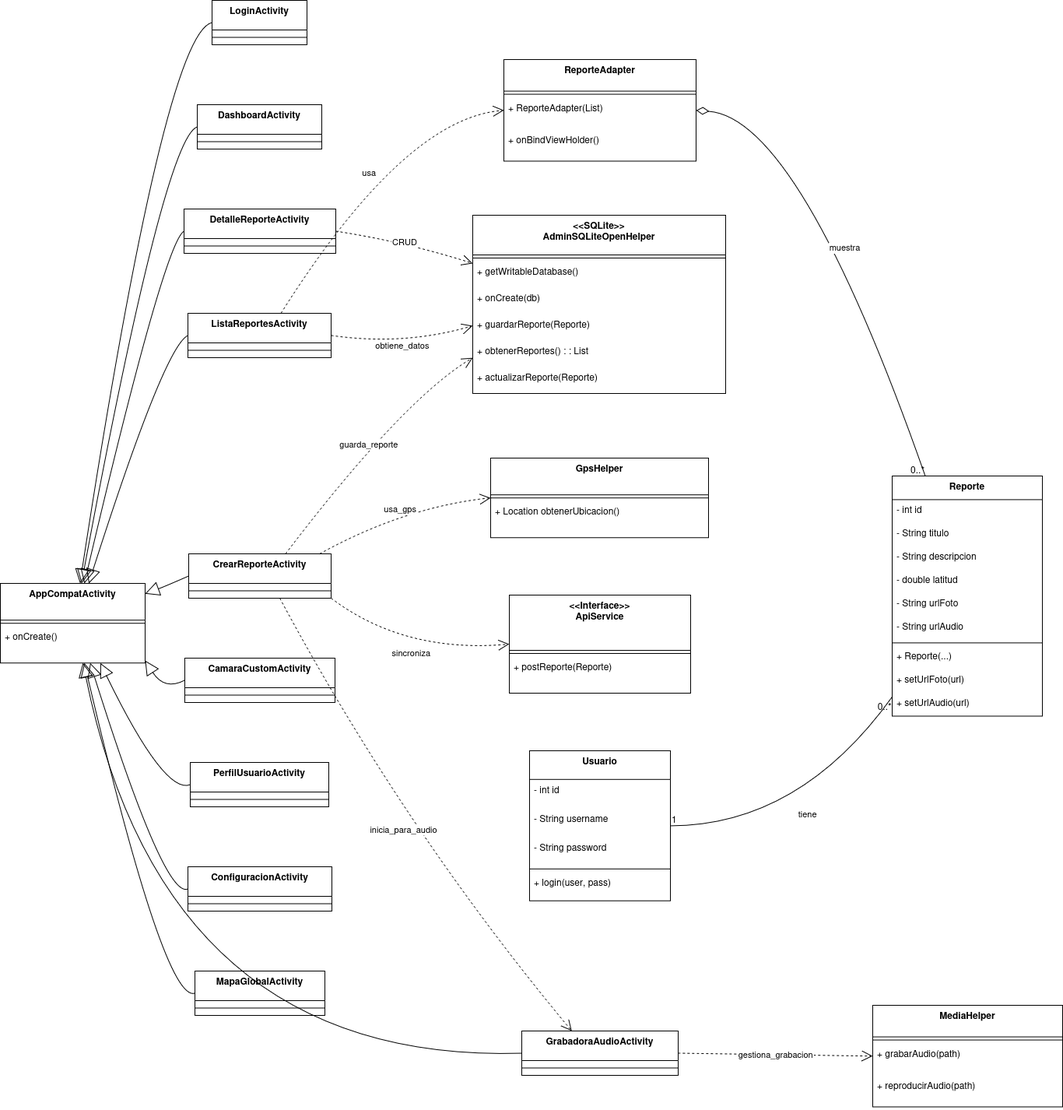
Earlier version of the draw.io export Diagrama Clases Android 3 Final.drawio.png (Matias-Ignacio-Andres-Aravena-Aravena/Aplicacion-PlayStore-Firebase). Source tidied: cells renumbered, new cells last; positions are measured from the earlier drawing's top-left corner, leaving out a move shared by most shapes.
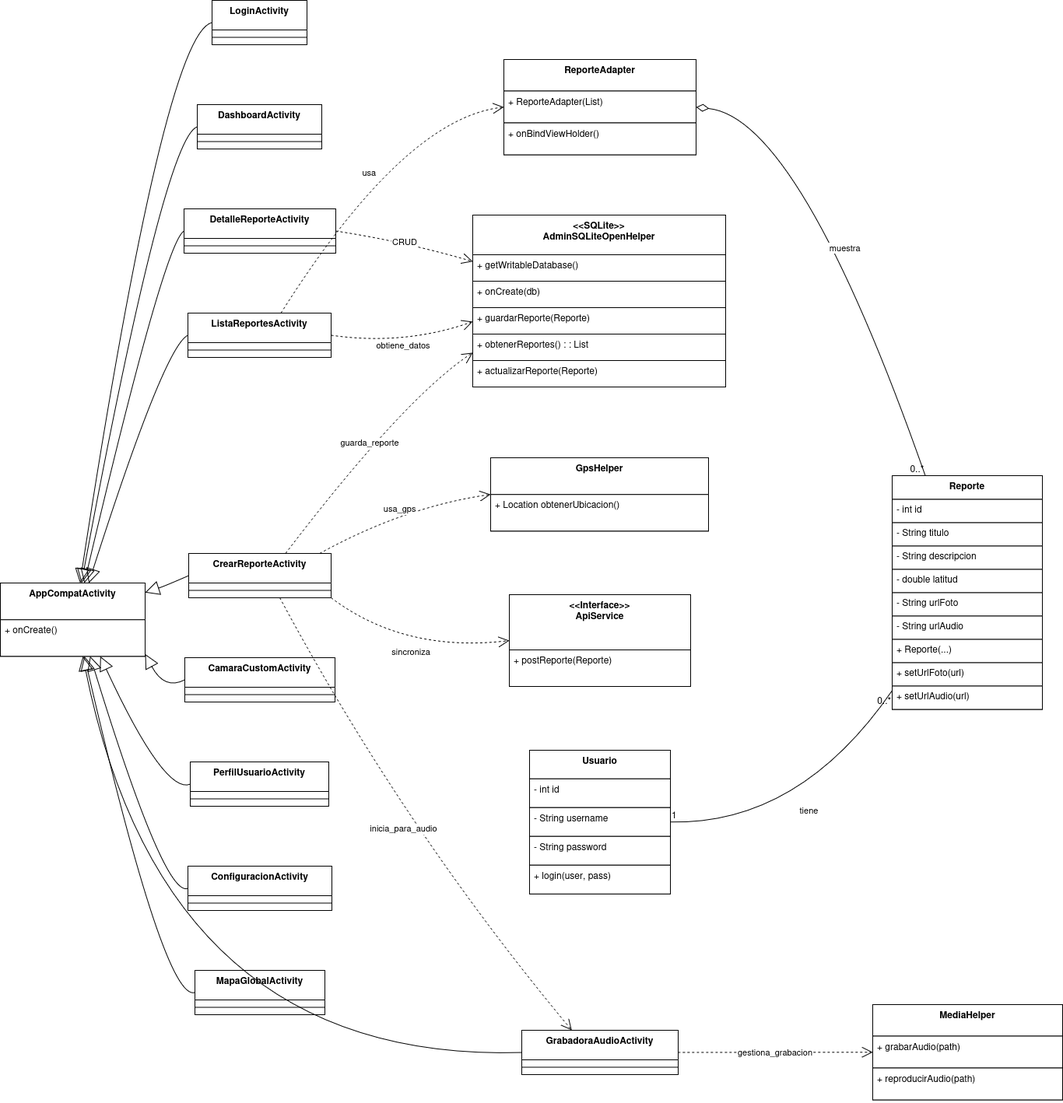
After the change.

Commit message:
Añadiendole Fondo de color blanco al diagrama

Diff of the diagram source:
```diff
@@ -3,127 +3,103 @@
     <mxCell id="0" />
     <mxCell id="1" parent="0" />
     <mxCell id="2" value="Usuario" style="swimlane;fontStyle=1;align=center;verticalAlign=top;horizontal=1;startSize=36.8;" parent="1" vertex="1">
-      <mxGeometry x="680" y="964" width="181" height="192.8" as="geometry" />
+      <mxGeometry x="680" y="964" width="181" height="184.8" as="geometry" />
     </mxCell>
-    <mxCell id="3" value="- int id" style="text;strokeColor=none;fillColor=none;align=left;verticalAlign=top;spacingLeft=4;spacingRight=4;overflow=hidden;" parent="2" vertex="1">
+    <mxCell id="3" value="- int id" style="text;strokeColor=default;fillColor=default;align=left;verticalAlign=top;spacingLeft=4;spacingRight=4;overflow=hidden;" parent="2" vertex="1">
       <mxGeometry y="36.8" width="181" height="37" as="geometry" />
     </mxCell>
-    <mxCell id="4" value="- String username" style="text;strokeColor=none;fillColor=none;align=left;verticalAlign=top;spacingLeft=4;spacingRight=4;overflow=hidden;" parent="2" vertex="1">
+    <mxCell id="4" value="- String username" style="text;strokeColor=default;fillColor=default;align=left;verticalAlign=top;spacingLeft=4;spacingRight=4;overflow=hidden;" parent="2" vertex="1">
       <mxGeometry y="73.8" width="181" height="37" as="geometry" />
     </mxCell>
-    <mxCell id="5" value="- String password" style="text;strokeColor=none;fillColor=none;align=left;verticalAlign=top;spacingLeft=4;spacingRight=4;overflow=hidden;" parent="2" vertex="1">
+    <mxCell id="5" value="- String password" style="text;strokeColor=default;fillColor=default;align=left;verticalAlign=top;spacingLeft=4;spacingRight=4;overflow=hidden;" parent="2" vertex="1">
       <mxGeometry y="110.8" width="181" height="37" as="geometry" />
     </mxCell>
-    <mxCell id="6" style="line;strokeWidth=1;fillColor=none;align=left;verticalAlign=middle;spacingTop=-1;spacingLeft=3;spacingRight=3;labelPosition=right;strokeColor=inherit;" parent="2" vertex="1">
-      <mxGeometry y="147.8" width="181" height="8" as="geometry" />
-    </mxCell>
-    <mxCell id="7" value="+ login(user, pass)" style="text;strokeColor=none;fillColor=none;align=left;verticalAlign=top;spacingLeft=4;spacingRight=4;overflow=hidden;" parent="2" vertex="1">
-      <mxGeometry y="155.8" width="181" height="37" as="geometry" />
+    <mxCell id="7" value="+ login(user, pass)" style="text;strokeColor=default;fillColor=default;align=left;verticalAlign=top;spacingLeft=4;spacingRight=4;overflow=hidden;" parent="2" vertex="1">
+      <mxGeometry y="147.8" width="181" height="37" as="geometry" />
     </mxCell>
     <mxCell id="8" value="Reporte" style="swimlane;fontStyle=1;align=center;verticalAlign=top;horizontal=1;startSize=30.4;" parent="1" vertex="1">
-      <mxGeometry x="1146" y="611" width="193" height="308.4" as="geometry" />
+      <mxGeometry x="1146" y="611" width="193" height="300.4" as="geometry" />
     </mxCell>
-    <mxCell id="9" value="- int id" style="text;strokeColor=none;fillColor=none;align=left;verticalAlign=top;spacingLeft=4;spacingRight=4;overflow=hidden;" parent="8" vertex="1">
+    <mxCell id="9" value="- int id" style="text;strokeColor=default;fillColor=default;align=left;verticalAlign=top;spacingLeft=4;spacingRight=4;overflow=hidden;" parent="8" vertex="1">
       <mxGeometry y="30.4" width="193" height="30" as="geometry" />
     </mxCell>
-    <mxCell id="10" value="- String titulo" style="text;strokeColor=none;fillColor=none;align=left;verticalAlign=top;spacingLeft=4;spacingRight=4;overflow=hidden;" parent="8" vertex="1">
+    <mxCell id="10" value="- String titulo" style="text;strokeColor=default;fillColor=default;align=left;verticalAlign=top;spacingLeft=4;spacingRight=4;overflow=hidden;" parent="8" vertex="1">
       <mxGeometry y="60.4" width="193" height="30" as="geometry" />
     </mxCell>
-    <mxCell id="11" value="- String descripcion" style="text;strokeColor=none;fillColor=none;align=left;verticalAlign=top;spacingLeft=4;spacingRight=4;overflow=hidden;" parent="8" vertex="1">
+    <mxCell id="11" value="- String descripcion" style="text;strokeColor=default;fillColor=default;align=left;verticalAlign=top;spacingLeft=4;spacingRight=4;overflow=hidden;" parent="8" vertex="1">
       <mxGeometry y="90.4" width="193" height="30" as="geometry" />
     </mxCell>
-    <mxCell id="12" value="- double latitud" style="text;strokeColor=none;fillColor=none;align=left;verticalAlign=top;spacingLeft=4;spacingRight=4;overflow=hidden;" parent="8" vertex="1">
+    <mxCell id="12" value="- double latitud" style="text;strokeColor=default;fillColor=default;align=left;verticalAlign=top;spacingLeft=4;spacingRight=4;overflow=hidden;" parent="8" vertex="1">
       <mxGeometry y="120.4" width="193" height="30" as="geometry" />
     </mxCell>
-    <mxCell id="13" value="- String urlFoto" style="text;strokeColor=none;fillColor=none;align=left;verticalAlign=top;spacingLeft=4;spacingRight=4;overflow=hidden;" parent="8" vertex="1">
+    <mxCell id="13" value="- String urlFoto" style="text;strokeColor=default;fillColor=default;align=left;verticalAlign=top;spacingLeft=4;spacingRight=4;overflow=hidden;" parent="8" vertex="1">
       <mxGeometry y="150.4" width="193" height="30" as="geometry" />
     </mxCell>
-    <mxCell id="14" value="- String urlAudio" style="text;strokeColor=none;fillColor=none;align=left;verticalAlign=top;spacingLeft=4;spacingRight=4;overflow=hidden;" parent="8" vertex="1">
+    <mxCell id="14" value="- String urlAudio" style="text;strokeColor=default;fillColor=default;align=left;verticalAlign=top;spacingLeft=4;spacingRight=4;overflow=hidden;" parent="8" vertex="1">
       <mxGeometry y="180.4" width="193" height="30" as="geometry" />
     </mxCell>
-    <mxCell id="15" style="line;strokeWidth=1;fillColor=none;align=left;verticalAlign=middle;spacingTop=-1;spacingLeft=3;spacingRight=3;labelPosition=right;strokeColor=inherit;" parent="8" vertex="1">
-      <mxGeometry y="210.4" width="193" height="8" as="geometry" />
-    </mxCell>
-    <mxCell id="16" value="+ Reporte(...)" style="text;strokeColor=none;fillColor=none;align=left;verticalAlign=top;spacingLeft=4;spacingRight=4;overflow=hidden;" parent="8" vertex="1">
-      <mxGeometry y="218.4" width="193" height="30" as="geometry" />
+    <mxCell id="16" value="+ Reporte(...)" style="text;strokeColor=default;fillColor=default;align=left;verticalAlign=top;spacingLeft=4;spacingRight=4;overflow=hidden;" parent="8" vertex="1">
+      <mxGeometry y="210.4" width="193" height="30" as="geometry" />
     </mxCell>
-    <mxCell id="17" value="+ setUrlFoto(url)" style="text;strokeColor=none;fillColor=none;align=left;verticalAlign=top;spacingLeft=4;spacingRight=4;overflow=hidden;" parent="8" vertex="1">
-      <mxGeometry y="248.4" width="193" height="30" as="geometry" />
+    <mxCell id="17" value="+ setUrlFoto(url)" style="text;strokeColor=default;fillColor=default;align=left;verticalAlign=top;spacingLeft=4;spacingRight=4;overflow=hidden;" parent="8" vertex="1">
+      <mxGeometry y="240.4" width="193" height="30" as="geometry" />
     </mxCell>
-    <mxCell id="18" value="+ setUrlAudio(url)" style="text;strokeColor=none;fillColor=none;align=left;verticalAlign=top;spacingLeft=4;spacingRight=4;overflow=hidden;" parent="8" vertex="1">
-      <mxGeometry y="278.4" width="193" height="30" as="geometry" />
+    <mxCell id="18" value="+ setUrlAudio(url)" style="text;strokeColor=default;fillColor=default;align=left;verticalAlign=top;spacingLeft=4;spacingRight=4;overflow=hidden;" parent="8" vertex="1">
+      <mxGeometry y="270.4" width="193" height="30" as="geometry" />
     </mxCell>
     <mxCell id="19" value="&lt;&lt;SQLite&gt;&gt;&#10;AdminSQLiteOpenHelper" style="swimlane;fontStyle=1;align=center;verticalAlign=top;horizontal=1;startSize=51;" parent="1" vertex="1">
-      <mxGeometry x="607" y="276" width="325" height="229" as="geometry" />
+      <mxGeometry x="607" y="276" width="325" height="221" as="geometry" />
     </mxCell>
-    <mxCell id="20" style="line;strokeWidth=1;fillColor=none;align=left;verticalAlign=middle;spacingTop=-1;spacingLeft=3;spacingRight=3;labelPosition=right;strokeColor=inherit;" parent="19" vertex="1">
-      <mxGeometry y="51" width="325" height="8" as="geometry" />
-    </mxCell>
-    <mxCell id="21" value="+ getWritableDatabase()" style="text;strokeColor=none;fillColor=none;align=left;verticalAlign=top;spacingLeft=4;spacingRight=4;overflow=hidden;" parent="19" vertex="1">
-      <mxGeometry y="59" width="325" height="34" as="geometry" />
+    <mxCell id="21" value="+ getWritableDatabase()" style="text;strokeColor=default;fillColor=default;align=left;verticalAlign=top;spacingLeft=4;spacingRight=4;overflow=hidden;" parent="19" vertex="1">
+      <mxGeometry y="51" width="325" height="34" as="geometry" />
     </mxCell>
-    <mxCell id="22" value="+ onCreate(db)" style="text;strokeColor=none;fillColor=none;align=left;verticalAlign=top;spacingLeft=4;spacingRight=4;overflow=hidden;" parent="19" vertex="1">
-      <mxGeometry y="93" width="325" height="34" as="geometry" />
+    <mxCell id="22" value="+ onCreate(db)" style="text;strokeColor=default;fillColor=default;align=left;verticalAlign=top;spacingLeft=4;spacingRight=4;overflow=hidden;" parent="19" vertex="1">
+      <mxGeometry y="85" width="325" height="34" as="geometry" />
     </mxCell>
-    <mxCell id="23" value="+ guardarReporte(Reporte)" style="text;strokeColor=none;fillColor=none;align=left;verticalAlign=top;spacingLeft=4;spacingRight=4;overflow=hidden;" parent="19" vertex="1">
-      <mxGeometry y="127" width="325" height="34" as="geometry" />
+    <mxCell id="23" value="+ guardarReporte(Reporte)" style="text;strokeColor=default;fillColor=default;align=left;verticalAlign=top;spacingLeft=4;spacingRight=4;overflow=hidden;" parent="19" vertex="1">
+      <mxGeometry y="119" width="325" height="34" as="geometry" />
     </mxCell>
-    <mxCell id="24" value="+ obtenerReportes() : : List" style="text;strokeColor=none;fillColor=none;align=left;verticalAlign=top;spacingLeft=4;spacingRight=4;overflow=hidden;" parent="19" vertex="1">
-      <mxGeometry y="161" width="325" height="34" as="geometry" />
+    <mxCell id="24" value="+ obtenerReportes() : : List" style="text;strokeColor=default;fillColor=default;align=left;verticalAlign=top;spacingLeft=4;spacingRight=4;overflow=hidden;" parent="19" vertex="1">
+      <mxGeometry y="153" width="325" height="34" as="geometry" />
     </mxCell>
-    <mxCell id="25" value="+ actualizarReporte(Reporte)" style="text;strokeColor=none;fillColor=none;align=left;verticalAlign=top;spacingLeft=4;spacingRight=4;overflow=hidden;" parent="19" vertex="1">
-      <mxGeometry y="195" width="325" height="34" as="geometry" />
+    <mxCell id="25" value="+ actualizarReporte(Reporte)" style="text;strokeColor=default;fillColor=default;align=left;verticalAlign=top;spacingLeft=4;spacingRight=4;overflow=hidden;" parent="19" vertex="1">
+      <mxGeometry y="187" width="325" height="34" as="geometry" />
     </mxCell>
     <mxCell id="26" value="GpsHelper" style="swimlane;fontStyle=1;align=center;verticalAlign=top;horizontal=1;startSize=47.2;" parent="1" vertex="1">
-      <mxGeometry x="630" y="588" width="280" height="102.2" as="geometry" />
+      <mxGeometry x="630" y="588" width="280" height="94.2" as="geometry" />
     </mxCell>
-    <mxCell id="27" style="line;strokeWidth=1;fillColor=none;align=left;verticalAlign=middle;spacingTop=-1;spacingLeft=3;spacingRight=3;labelPosition=right;strokeColor=inherit;" parent="26" vertex="1">
-      <mxGeometry y="47.2" width="280" height="8" as="geometry" />
-    </mxCell>
-    <mxCell id="28" value="+ Location obtenerUbicacion()" style="text;strokeColor=none;fillColor=none;align=left;verticalAlign=top;spacingLeft=4;spacingRight=4;overflow=hidden;" parent="26" vertex="1">
-      <mxGeometry y="55.2" width="280" height="47" as="geometry" />
+    <mxCell id="28" value="+ Location obtenerUbicacion()" style="text;strokeColor=default;fillColor=default;align=left;verticalAlign=top;spacingLeft=4;spacingRight=4;overflow=hidden;" parent="26" vertex="1">
+      <mxGeometry y="47.2" width="280" height="47" as="geometry" />
     </mxCell>
     <mxCell id="29" value="MediaHelper" style="swimlane;fontStyle=1;align=center;verticalAlign=top;horizontal=1;startSize=40.57142857142857;" parent="1" vertex="1">
-      <mxGeometry x="1121" y="1291" width="244" height="130.6" as="geometry" />
+      <mxGeometry x="1121" y="1291" width="244" height="122.6" as="geometry" />
     </mxCell>
-    <mxCell id="30" style="line;strokeWidth=1;fillColor=none;align=left;verticalAlign=middle;spacingTop=-1;spacingLeft=3;spacingRight=3;labelPosition=right;strokeColor=inherit;" parent="29" vertex="1">
-      <mxGeometry y="40.6" width="244" height="8" as="geometry" />
-    </mxCell>
-    <mxCell id="31" value="+ grabarAudio(path)" style="text;strokeColor=none;fillColor=none;align=left;verticalAlign=top;spacingLeft=4;spacingRight=4;overflow=hidden;" parent="29" vertex="1">
-      <mxGeometry y="48.6" width="244" height="41" as="geometry" />
+    <mxCell id="31" value="+ grabarAudio(path)" style="text;strokeColor=default;fillColor=default;align=left;verticalAlign=top;spacingLeft=4;spacingRight=4;overflow=hidden;" parent="29" vertex="1">
+      <mxGeometry y="40.6" width="244" height="41" as="geometry" />
     </mxCell>
-    <mxCell id="32" value="+ reproducirAudio(path)" style="text;strokeColor=none;fillColor=none;align=left;verticalAlign=top;spacingLeft=4;spacingRight=4;overflow=hidden;" parent="29" vertex="1">
-      <mxGeometry y="89.6" width="244" height="41" as="geometry" />
+    <mxCell id="32" value="+ reproducirAudio(path)" style="text;strokeColor=default;fillColor=default;align=left;verticalAlign=top;spacingLeft=4;spacingRight=4;overflow=hidden;" parent="29" vertex="1">
+      <mxGeometry y="81.6" width="244" height="41" as="geometry" />
     </mxCell>
     <mxCell id="33" value="&lt;&lt;Interface&gt;&gt;&#10;ApiService" style="swimlane;fontStyle=1;align=center;verticalAlign=top;horizontal=1;startSize=71;" parent="1" vertex="1">
-      <mxGeometry x="654" y="764" width="233" height="126" as="geometry" />
+      <mxGeometry x="654" y="764" width="233" height="118" as="geometry" />
     </mxCell>
-    <mxCell id="34" style="line;strokeWidth=1;fillColor=none;align=left;verticalAlign=middle;spacingTop=-1;spacingLeft=3;spacingRight=3;labelPosition=right;strokeColor=inherit;" parent="33" vertex="1">
-      <mxGeometry y="71" width="233" height="8" as="geometry" />
-    </mxCell>
-    <mxCell id="35" value="+ postReporte(Reporte)" style="text;strokeColor=none;fillColor=none;align=left;verticalAlign=top;spacingLeft=4;spacingRight=4;overflow=hidden;" parent="33" vertex="1">
-      <mxGeometry y="79" width="233" height="47" as="geometry" />
+    <mxCell id="35" value="+ postReporte(Reporte)" style="text;strokeColor=default;fillColor=default;align=left;verticalAlign=top;spacingLeft=4;spacingRight=4;overflow=hidden;" parent="33" vertex="1">
+      <mxGeometry y="71" width="233" height="47" as="geometry" />
     </mxCell>
     <mxCell id="36" value="ReporteAdapter" style="swimlane;fontStyle=1;align=center;verticalAlign=top;horizontal=1;startSize=40.57142857142857;" parent="1" vertex="1">
-      <mxGeometry x="647" y="76" width="247" height="130.6" as="geometry" />
+      <mxGeometry x="647" y="76" width="247" height="122.6" as="geometry" />
     </mxCell>
-    <mxCell id="37" style="line;strokeWidth=1;fillColor=none;align=left;verticalAlign=middle;spacingTop=-1;spacingLeft=3;spacingRight=3;labelPosition=right;strokeColor=inherit;" parent="36" vertex="1">
-      <mxGeometry y="40.6" width="247" height="8" as="geometry" />
-    </mxCell>
-    <mxCell id="38" value="+ ReporteAdapter(List)" style="text;strokeColor=none;fillColor=none;align=left;verticalAlign=top;spacingLeft=4;spacingRight=4;overflow=hidden;" parent="36" vertex="1">
-      <mxGeometry y="48.6" width="247" height="41" as="geometry" />
+    <mxCell id="38" value="+ ReporteAdapter(List)" style="text;strokeColor=default;fillColor=default;align=left;verticalAlign=top;spacingLeft=4;spacingRight=4;overflow=hidden;" parent="36" vertex="1">
+      <mxGeometry y="40.6" width="247" height="41" as="geometry" />
     </mxCell>
-    <mxCell id="39" value="+ onBindViewHolder()" style="text;strokeColor=none;fillColor=none;align=left;verticalAlign=top;spacingLeft=4;spacingRight=4;overflow=hidden;" parent="36" vertex="1">
-      <mxGeometry y="89.6" width="247" height="41" as="geometry" />
+    <mxCell id="39" value="+ onBindViewHolder()" style="text;strokeColor=default;fillColor=default;align=left;verticalAlign=top;spacingLeft=4;spacingRight=4;overflow=hidden;" parent="36" vertex="1">
+      <mxGeometry y="81.6" width="247" height="41" as="geometry" />
     </mxCell>
     <mxCell id="40" value="AppCompatActivity" style="swimlane;fontStyle=1;align=center;verticalAlign=top;horizontal=1;startSize=47.2;" parent="1" vertex="1">
-      <mxGeometry y="749" width="186" height="102.2" as="geometry" />
+      <mxGeometry y="749" width="186" height="94.2" as="geometry" />
     </mxCell>
-    <mxCell id="41" style="line;strokeWidth=1;fillColor=none;align=left;verticalAlign=middle;spacingTop=-1;spacingLeft=3;spacingRight=3;labelPosition=right;strokeColor=inherit;" parent="40" vertex="1">
-      <mxGeometry y="47.2" width="186" height="8" as="geometry" />
-    </mxCell>
-    <mxCell id="42" value="+ onCreate()" style="text;strokeColor=none;fillColor=none;align=left;verticalAlign=top;spacingLeft=4;spacingRight=4;overflow=hidden;" parent="40" vertex="1">
-      <mxGeometry y="55.2" width="186" height="47" as="geometry" />
+    <mxCell id="42" value="+ onCreate()" style="text;strokeColor=default;fillColor=default;align=left;verticalAlign=top;spacingLeft=4;spacingRight=4;overflow=hidden;" parent="40" vertex="1">
+      <mxGeometry y="47.2" width="186" height="47" as="geometry" />
     </mxCell>
     <mxCell id="43" value="LoginActivity" style="swimlane;fontStyle=1;align=center;verticalAlign=top;horizontal=1;startSize=38;" parent="1" vertex="1">
       <mxGeometry x="272" width="122" height="57" as="geometry" />
```
